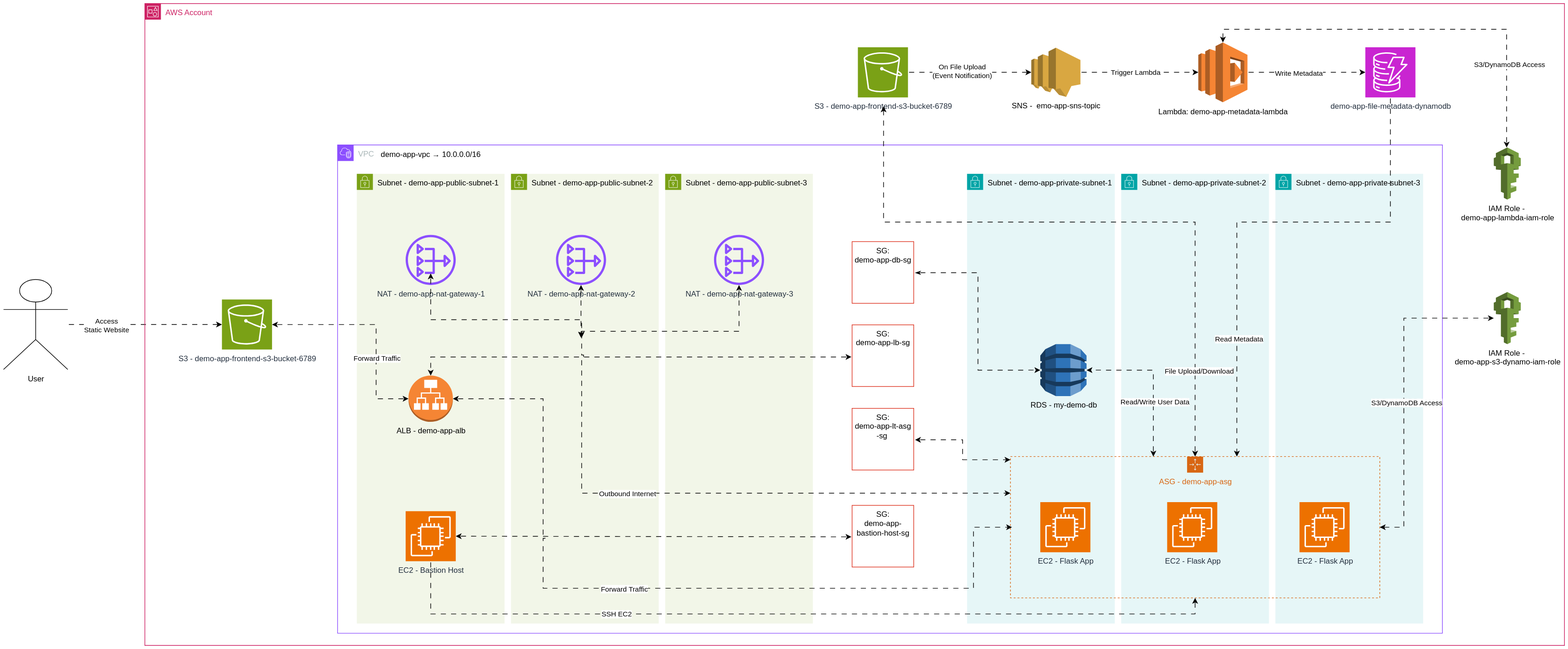
shivalkarrahul/demo-three-tier-app-on-aws keeps this draw.io diagram as artifacts/demo-three-tier-app-on-aws.svg. Above is the earlier version. Source tidied: cells renumbered, new cells last; positions are measured from the earlier drawing's top-left corner, leaving out a move shared by most shapes.
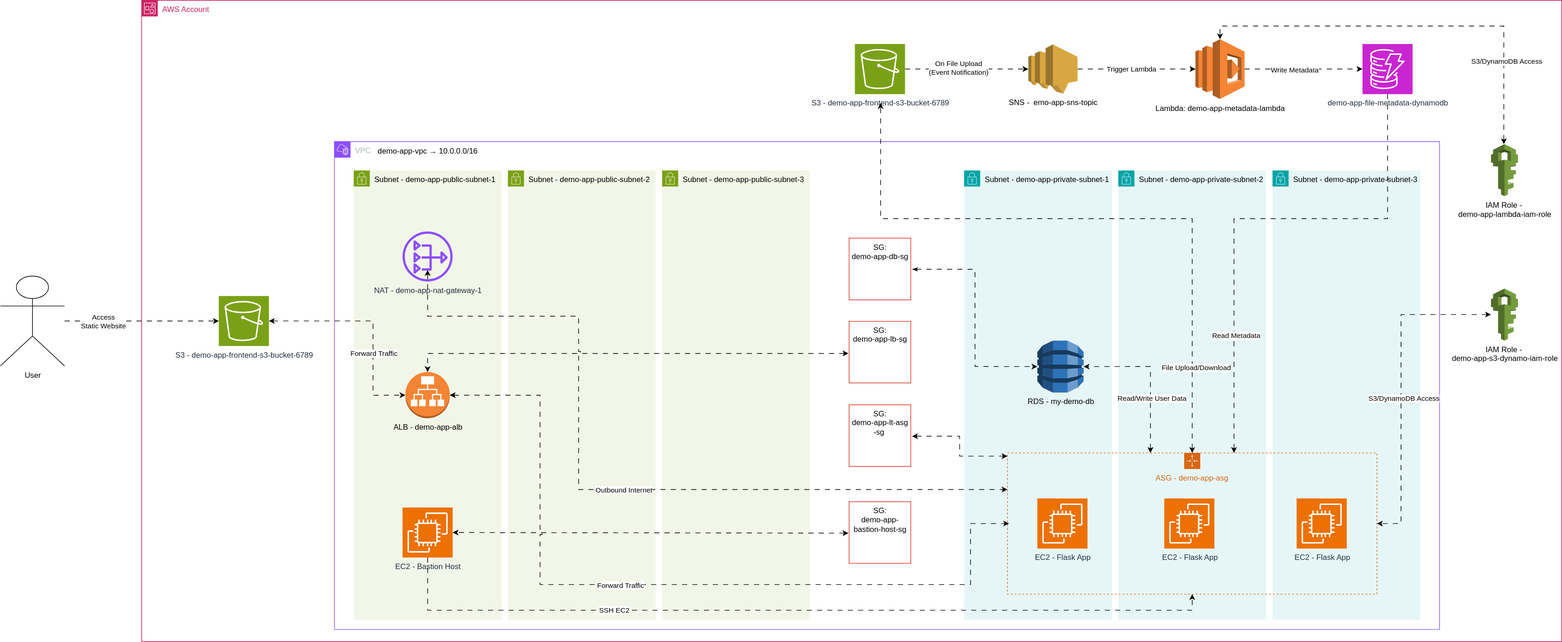
Above is the later version.

The edit, as a diff of the source:
```diff
@@ -38,18 +38,6 @@
     <mxCell id="13" value="&lt;span style=&quot;color: rgb(0, 0, 0); text-align: center;&quot;&gt;Subnet -&amp;nbsp;demo-app-public-subnet-3&lt;/span&gt;" style="gradientColor=none;html=1;whiteSpace=wrap;fontSize=12;fontStyle=0;shape=mxgraph.aws4.group;grIcon=mxgraph.aws4.group_security_group;grStroke=0;strokeColor=#7AA116;fillColor=#F2F6E8;verticalAlign=top;align=left;spacingLeft=30;fontColor=#248814;dashed=0;" parent="2" vertex="1">
       <mxGeometry x="510" y="45" width="230" height="700" as="geometry" />
     </mxCell>
-    <mxCell id="14" style="edgeStyle=orthogonalEdgeStyle;rounded=0;jettySize=auto;html=1;startArrow=classic;startFill=1;flowAnimation=1;" parent="13" edge="1" source="15">
-      <mxGeometry relative="1" as="geometry">
-        <mxPoint x="-130" y="255" as="targetPoint" />
-        <Array as="points">
-          <mxPoint x="115" y="245" />
-          <mxPoint x="-130" y="245" />
-        </Array>
-      </mxGeometry>
-    </mxCell>
-    <mxCell id="15" value="NAT -&amp;nbsp;demo-app-nat-gateway-3" style="sketch=0;outlineConnect=0;fontColor=#232F3E;gradientColor=none;fillColor=#8C4FFF;strokeColor=none;dashed=0;verticalLabelPosition=bottom;verticalAlign=top;align=center;html=1;fontSize=12;fontStyle=0;shape=mxgraph.aws4.nat_gateway;" parent="13" vertex="1">
-      <mxGeometry x="76" y="95" width="78" height="78" as="geometry" />
-    </mxCell>
     <mxCell id="16" value="demo-app-vpc → 10.0.0.0/16" style="text;html=1;align=center;verticalAlign=middle;whiteSpace=wrap;rounded=0;" parent="2" vertex="1">
       <mxGeometry x="60" width="170" height="30" as="geometry" />
     </mxCell>
@@ -146,14 +134,6 @@
         <mxPoint x="15" as="offset" />
       </mxGeometry>
     </mxCell>
-    <mxCell id="40" style="edgeStyle=orthogonalEdgeStyle;rounded=0;jettySize=auto;html=1;startArrow=classic;startFill=1;flowAnimation=1;" parent="22" edge="1" source="41">
-      <mxGeometry relative="1" as="geometry">
-        <mxPoint x="679" y="520" as="targetPoint" />
-      </mxGeometry>
-    </mxCell>
-    <mxCell id="41" value="NAT -&amp;nbsp;demo-app-nat-gateway-2" style="sketch=0;outlineConnect=0;fontColor=#232F3E;gradientColor=none;fillColor=#8C4FFF;strokeColor=none;dashed=0;verticalLabelPosition=bottom;verticalAlign=top;align=center;html=1;fontSize=12;fontStyle=0;shape=mxgraph.aws4.nat_gateway;" parent="22" vertex="1">
-      <mxGeometry x="640" y="360" width="78" height="78" as="geometry" />
-    </mxCell>
     <mxCell id="42" value="IAM Role -&amp;nbsp;&lt;br&gt;demo-app-s3-dynamo-iam-role" style="outlineConnect=0;dashed=0;verticalLabelPosition=bottom;verticalAlign=top;align=center;html=1;shape=mxgraph.aws3.iam;fillColor=#759C3E;gradientColor=none;" parent="22" vertex="1">
       <mxGeometry x="2100" y="449" width="42" height="81" as="geometry" />
     </mxCell>
```
